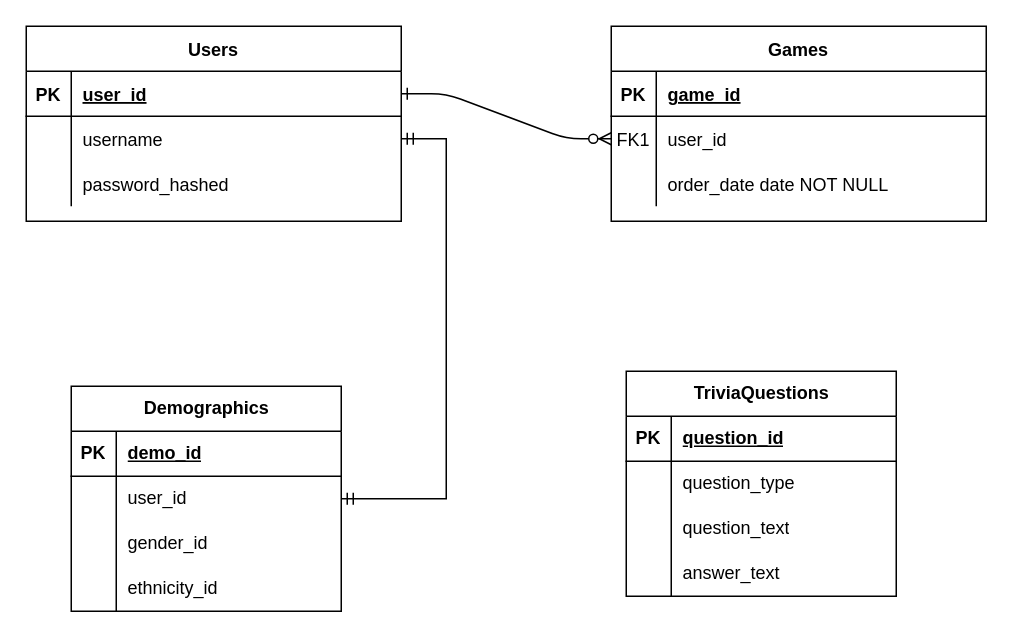
Before: trivia_db.drawio in mercurymlv/IT112-Trivia, a draw.io diagram. Source tidied: cells renumbered, new cells numbered last; positions are measured from the earlier drawing's top-left corner, leaving out a move shared by most shapes. Both pictures are drawn from the tidied source at 150%, with x=0, y=0 at pixel (-514, 26).
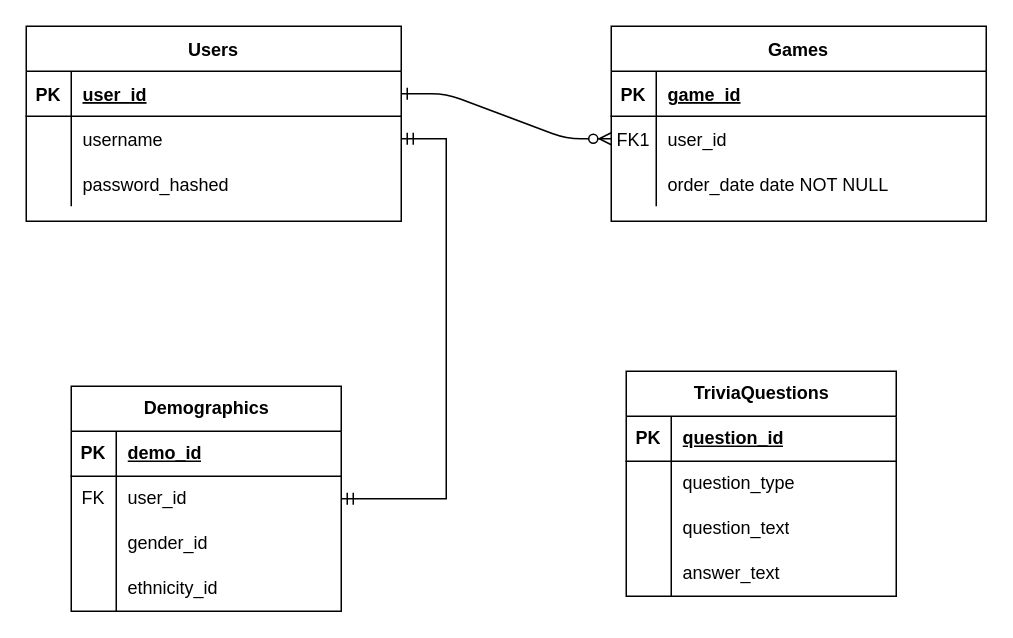
The same diagram, later.

The change refers to these unchanged cells:
```xml
<mxCell id="27" style="shape=tableRow;horizontal=0;startSize=0;swimlaneHead=0;swimlaneBody=0;fillColor=none;points=[[0,0.5],[1,0.5]];portConstraint=eastwest;top=0;left=0;right=0;bottom=0;" parent="23" vertex="1">
  <mxGeometry y="60" width="180" height="30" as="geometry" />
</mxCell>
```

Diff of the diagram source:
```diff
@@
-    <mxCell id="28" style="shape=partialRectangle;fillColor=none;top=0;left=0;bottom=0;right=0;overflow=hidden;whiteSpace=wrap;html=1;" parent="27" vertex="1">
+    <mxCell id="28" value="FK" style="shape=partialRectangle;fillColor=none;top=0;left=0;bottom=0;right=0;overflow=hidden;whiteSpace=wrap;html=1;" parent="27" vertex="1">
       <mxGeometry width="30" height="30" as="geometry" />
     </mxCell>
```
